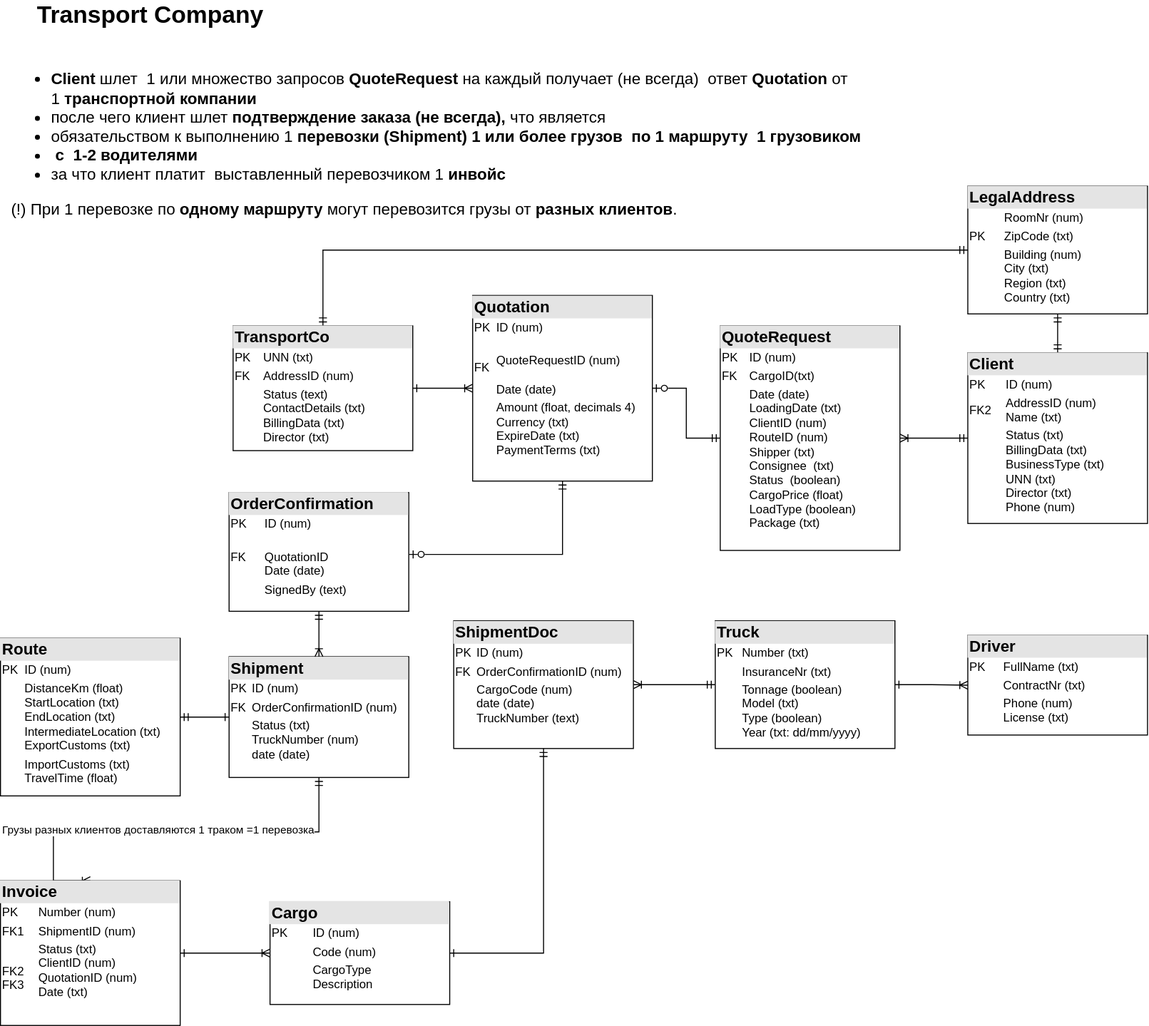
The draw.io diagram TransportCompany.drawio.svg in natty1978/SQL-Learning, before a commit. Source tidied: cells renumbered, new cells last; positions are measured from the earlier drawing's top-left corner, leaving out a move shared by most shapes.
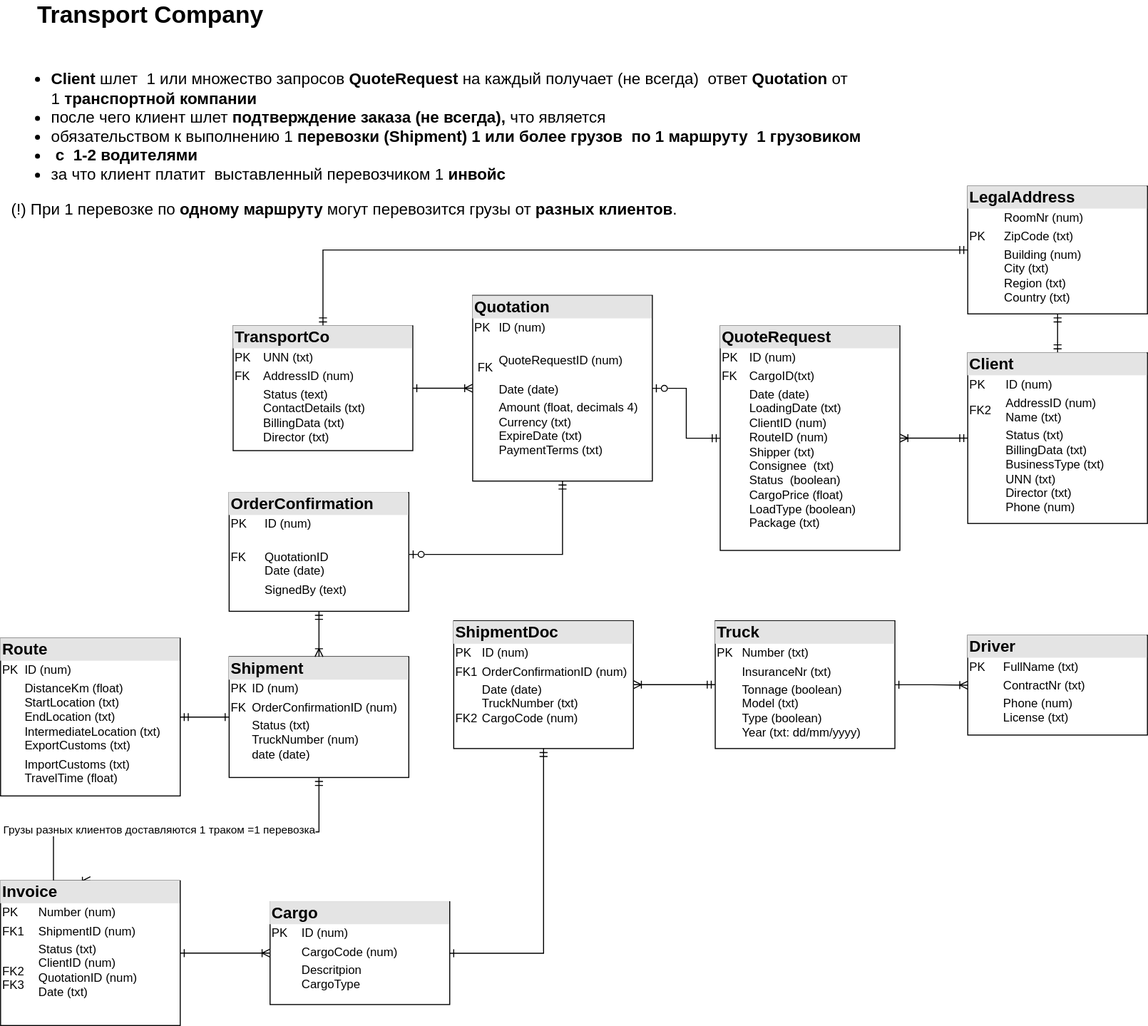
After the change.

Change to the diagram source:
```diff
@@ -36,7 +36,7 @@
     <mxCell id="11" value="&lt;div style=&quot;box-sizing:border-box;width:100%;background:#e4e4e4;padding:2px;&quot;&gt;&lt;b&gt;&lt;font style=&quot;font-size: 16px;&quot;&gt;Driver&lt;/font&gt;&lt;/b&gt;&lt;/div&gt;&lt;table style=&quot;width:100%;font-size:1em;&quot; cellpadding=&quot;2&quot; cellspacing=&quot;0&quot;&gt;&lt;tbody&gt;&lt;tr&gt;&lt;td&gt;PK&lt;/td&gt;&lt;td&gt;FullName (txt)&lt;/td&gt;&lt;/tr&gt;&lt;tr&gt;&lt;td&gt;&lt;br&gt;&lt;/td&gt;&lt;td&gt;ContractNr (txt)&lt;br&gt;&lt;/td&gt;&lt;/tr&gt;&lt;tr&gt;&lt;td&gt;&lt;/td&gt;&lt;td&gt;Phone (num)&lt;br&gt;License (txt)&lt;br&gt;&lt;br&gt;&lt;/td&gt;&lt;/tr&gt;&lt;/tbody&gt;&lt;/table&gt;" style="verticalAlign=top;align=left;overflow=fill;html=1;whiteSpace=wrap;" parent="1" vertex="1">
       <mxGeometry x="969" y="636" width="180" height="100" as="geometry" />
     </mxCell>
-    <mxCell id="12" value="&lt;div style=&quot;box-sizing:border-box;width:100%;background:#e4e4e4;padding:2px;&quot;&gt;&lt;b&gt;&lt;font style=&quot;font-size: 16px;&quot;&gt;ShipmentDoc&lt;/font&gt;&lt;/b&gt;&lt;/div&gt;&lt;table style=&quot;width:100%;font-size:1em;&quot; cellpadding=&quot;2&quot; cellspacing=&quot;0&quot;&gt;&lt;tbody&gt;&lt;tr&gt;&lt;td&gt;PK&lt;/td&gt;&lt;td&gt;ID (num)&lt;/td&gt;&lt;/tr&gt;&lt;tr&gt;&lt;td&gt;FK&lt;/td&gt;&lt;td&gt;OrderConfirmationID (num)&lt;/td&gt;&lt;/tr&gt;&lt;tr&gt;&lt;td&gt;&lt;/td&gt;&lt;td&gt;CargoCode (num)&lt;br&gt;date (date)&lt;br&gt;TruckNumber (text)&lt;br&gt;&lt;br&gt;&lt;br&gt;&lt;/td&gt;&lt;/tr&gt;&lt;/tbody&gt;&lt;/table&gt;" style="verticalAlign=top;align=left;overflow=fill;html=1;whiteSpace=wrap;" parent="1" vertex="1">
+    <mxCell id="12" value="&lt;div style=&quot;box-sizing:border-box;width:100%;background:#e4e4e4;padding:2px;&quot;&gt;&lt;b&gt;&lt;font style=&quot;font-size: 16px;&quot;&gt;ShipmentDoc&lt;/font&gt;&lt;/b&gt;&lt;/div&gt;&lt;table style=&quot;width:100%;font-size:1em;&quot; cellpadding=&quot;2&quot; cellspacing=&quot;0&quot;&gt;&lt;tbody&gt;&lt;tr&gt;&lt;td&gt;PK&lt;/td&gt;&lt;td&gt;ID (num)&lt;/td&gt;&lt;/tr&gt;&lt;tr&gt;&lt;td&gt;FK1&lt;/td&gt;&lt;td&gt;OrderConfirmationID (num)&lt;/td&gt;&lt;/tr&gt;&lt;tr&gt;&lt;td&gt;FK2&lt;/td&gt;&lt;td&gt;Date (date)&lt;br&gt;TruckNumber (txt)&lt;br&gt;CargoCode (num)&lt;br&gt;&lt;br&gt;&lt;br&gt;&lt;/td&gt;&lt;/tr&gt;&lt;/tbody&gt;&lt;/table&gt;" style="verticalAlign=top;align=left;overflow=fill;html=1;whiteSpace=wrap;" parent="1" vertex="1">
       <mxGeometry x="454" y="621.5" width="180" height="128" as="geometry" />
     </mxCell>
     <mxCell id="13" style="edgeStyle=orthogonalEdgeStyle;rounded=0;jettySize=auto;html=1;entryX=1;entryY=0.5;entryDx=0;entryDy=0;endArrow=ERmandOne;endFill=0;startArrow=ERone;startFill=0;" parent="1" edge="1" source="16" target="10">
@@ -62,7 +62,7 @@
     <mxCell id="18" style="edgeStyle=orthogonalEdgeStyle;rounded=0;jettySize=auto;html=1;entryX=0.5;entryY=1;entryDx=0;entryDy=0;startArrow=ERone;startFill=0;endArrow=ERmandOne;endFill=0;" parent="1" edge="1" source="19" target="12">
       <mxGeometry relative="1" as="geometry" />
     </mxCell>
-    <mxCell id="19" value="&lt;div style=&quot;box-sizing:border-box;width:100%;background:#e4e4e4;padding:2px;&quot;&gt;&lt;span style=&quot;font-size: 16px;&quot;&gt;&lt;b&gt;Cargo&lt;/b&gt;&lt;/span&gt;&lt;/div&gt;&lt;table style=&quot;width:100%;font-size:1em;&quot; cellpadding=&quot;2&quot; cellspacing=&quot;0&quot;&gt;&lt;tbody&gt;&lt;tr&gt;&lt;td&gt;PK&lt;/td&gt;&lt;td&gt;ID (num)&lt;/td&gt;&lt;/tr&gt;&lt;tr&gt;&lt;td&gt;&lt;br&gt;&lt;/td&gt;&lt;td&gt;Code (num)&lt;br&gt;&lt;/td&gt;&lt;/tr&gt;&lt;tr&gt;&lt;td&gt;&lt;/td&gt;&lt;td&gt;CargoType&lt;br&gt;Description&lt;br&gt;&lt;br&gt;&lt;/td&gt;&lt;/tr&gt;&lt;/tbody&gt;&lt;/table&gt;" style="verticalAlign=top;align=left;overflow=fill;html=1;whiteSpace=wrap;" parent="1" vertex="1">
+    <mxCell id="19" value="&lt;div style=&quot;box-sizing:border-box;width:100%;background:#e4e4e4;padding:2px;&quot;&gt;&lt;span style=&quot;font-size: 16px;&quot;&gt;&lt;b&gt;Cargo&lt;/b&gt;&lt;/span&gt;&lt;/div&gt;&lt;table style=&quot;width:100%;font-size:1em;&quot; cellpadding=&quot;2&quot; cellspacing=&quot;0&quot;&gt;&lt;tbody&gt;&lt;tr&gt;&lt;td&gt;PK&lt;/td&gt;&lt;td&gt;ID (num)&lt;/td&gt;&lt;/tr&gt;&lt;tr&gt;&lt;td&gt;&lt;br&gt;&lt;/td&gt;&lt;td&gt;CargoCode (num)&lt;br&gt;&lt;/td&gt;&lt;/tr&gt;&lt;tr&gt;&lt;td&gt;&lt;br&gt;&lt;/td&gt;&lt;td&gt;Descritpion&lt;br&gt;CargoType&lt;br&gt;&lt;br&gt;&lt;/td&gt;&lt;/tr&gt;&lt;/tbody&gt;&lt;/table&gt;" style="verticalAlign=top;align=left;overflow=fill;html=1;whiteSpace=wrap;" parent="1" vertex="1">
       <mxGeometry x="270" y="903" width="180" height="103" as="geometry" />
     </mxCell>
     <mxCell id="20" style="edgeStyle=orthogonalEdgeStyle;rounded=0;jettySize=auto;html=1;endArrow=ERzeroToOne;endFill=0;startArrow=ERmandOne;startFill=0;" parent="1" edge="1" source="21" target="23">
@@ -74,7 +74,7 @@
     <mxCell id="22" style="edgeStyle=orthogonalEdgeStyle;rounded=0;jettySize=auto;html=1;endArrow=ERone;endFill=0;startArrow=ERoneToMany;startFill=0;" parent="1" edge="1" source="23" target="9">
       <mxGeometry relative="1" as="geometry" />
     </mxCell>
-    <mxCell id="23" value="&lt;div style=&quot;box-sizing:border-box;width:100%;background:#e4e4e4;padding:2px;&quot;&gt;&lt;span style=&quot;font-size: 16px;&quot;&gt;&lt;b&gt;Quotation&lt;/b&gt;&lt;/span&gt;&lt;/div&gt;&lt;table style=&quot;width:100%;font-size:1em;&quot; cellpadding=&quot;2&quot; cellspacing=&quot;0&quot;&gt;&lt;tbody&gt;&lt;tr&gt;&lt;td&gt;PK&lt;/td&gt;&lt;td&gt;ID (num)&lt;/td&gt;&lt;/tr&gt;&lt;tr&gt;&lt;td&gt;FK&lt;/td&gt;&lt;td&gt;&lt;br&gt;QuoteRequestID (num)&lt;br&gt;&lt;br&gt;Date (date)&lt;br&gt;&lt;/td&gt;&lt;/tr&gt;&lt;tr&gt;&lt;td&gt;&lt;/td&gt;&lt;td&gt;Amount (float, decimals 4)&lt;br&gt;Currency (txt)&lt;br&gt;ExpireDate (txt)&lt;br&gt;PaymentTerms (txt)&lt;br&gt;&lt;br style=&quot;border-color: var(--border-color);&quot;&gt;&amp;nbsp;&lt;br&gt;&lt;br&gt;&lt;/td&gt;&lt;/tr&gt;&lt;/tbody&gt;&lt;/table&gt;" style="verticalAlign=top;align=left;overflow=fill;html=1;whiteSpace=wrap;" parent="1" vertex="1">
+    <mxCell id="23" value="&lt;div style=&quot;box-sizing:border-box;width:100%;background:#e4e4e4;padding:2px;&quot;&gt;&lt;span style=&quot;font-size: 16px;&quot;&gt;&lt;b&gt;Quotation&lt;/b&gt;&lt;/span&gt;&lt;/div&gt;&lt;table style=&quot;width:100%;font-size:1em;&quot; cellpadding=&quot;2&quot; cellspacing=&quot;0&quot;&gt;&lt;tbody&gt;&lt;tr&gt;&lt;td&gt;PK&lt;/td&gt;&lt;td&gt;ID (num)&lt;/td&gt;&lt;/tr&gt;&lt;tr&gt;&lt;td&gt;&amp;nbsp;FK&lt;/td&gt;&lt;td&gt;&lt;br&gt;QuoteRequestID (num)&lt;br&gt;&lt;br&gt;Date (date)&lt;br&gt;&lt;/td&gt;&lt;/tr&gt;&lt;tr&gt;&lt;td&gt;&lt;/td&gt;&lt;td&gt;Amount (float, decimals 4)&lt;br&gt;Currency (txt)&lt;br&gt;ExpireDate (txt)&lt;br&gt;PaymentTerms (txt)&lt;br&gt;&lt;br style=&quot;border-color: var(--border-color);&quot;&gt;&amp;nbsp;&lt;br&gt;&lt;br&gt;&lt;/td&gt;&lt;/tr&gt;&lt;/tbody&gt;&lt;/table&gt;" style="verticalAlign=top;align=left;overflow=fill;html=1;whiteSpace=wrap;" parent="1" vertex="1">
       <mxGeometry x="473" y="295.5" width="180" height="186" as="geometry" />
     </mxCell>
     <mxCell id="24" style="edgeStyle=orthogonalEdgeStyle;rounded=0;jettySize=auto;html=1;endArrow=ERoneToMany;endFill=0;startArrow=ERone;startFill=0;" parent="1" edge="1" source="25" target="19">
```
